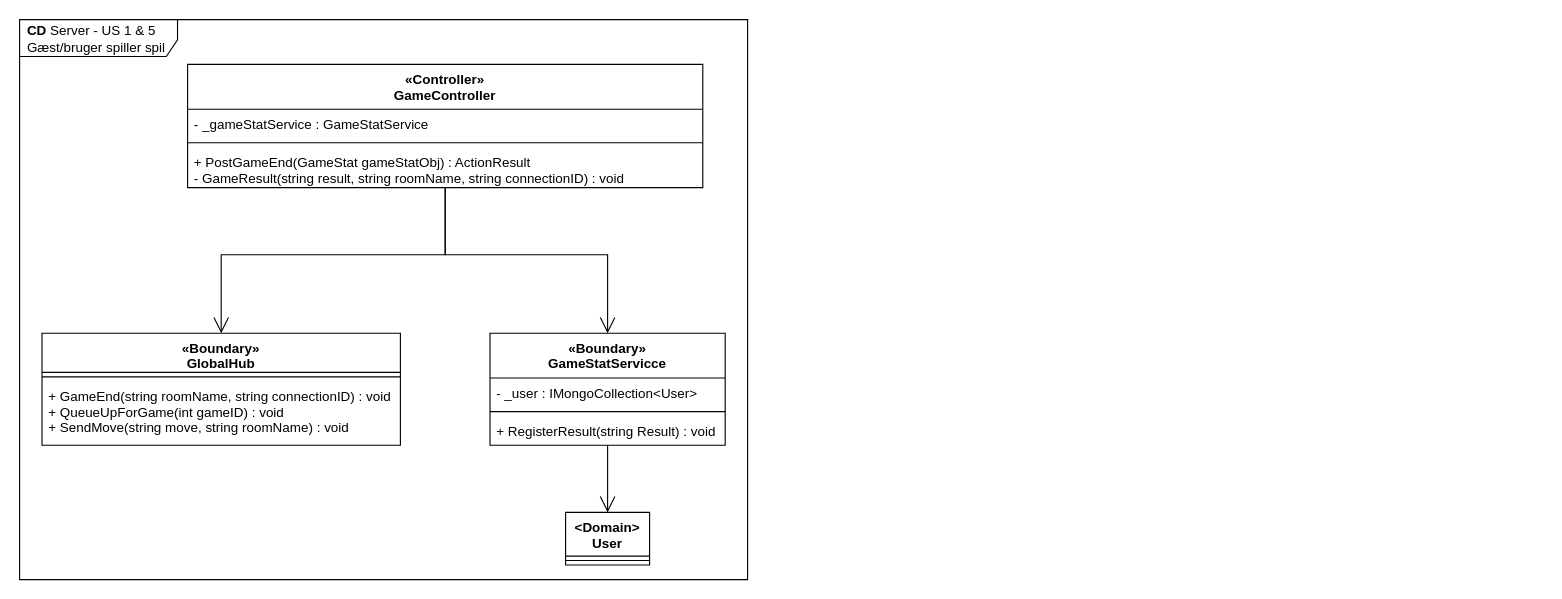
The draw.io diagram page "CD-Server" (4 of 4) of diagrams/arkitektur/US1&5_spil.drawio in Macradon/I7BAC-PlugNPlay, before the edit. Source tidied: cells renumbered, new cells numbered last; positions are measured from the earlier drawing's top-left corner, leaving out a move shared by most shapes. Both pictures are drawn from the tidied source at 112%, with x=0, y=0 at pixel (19, 19).
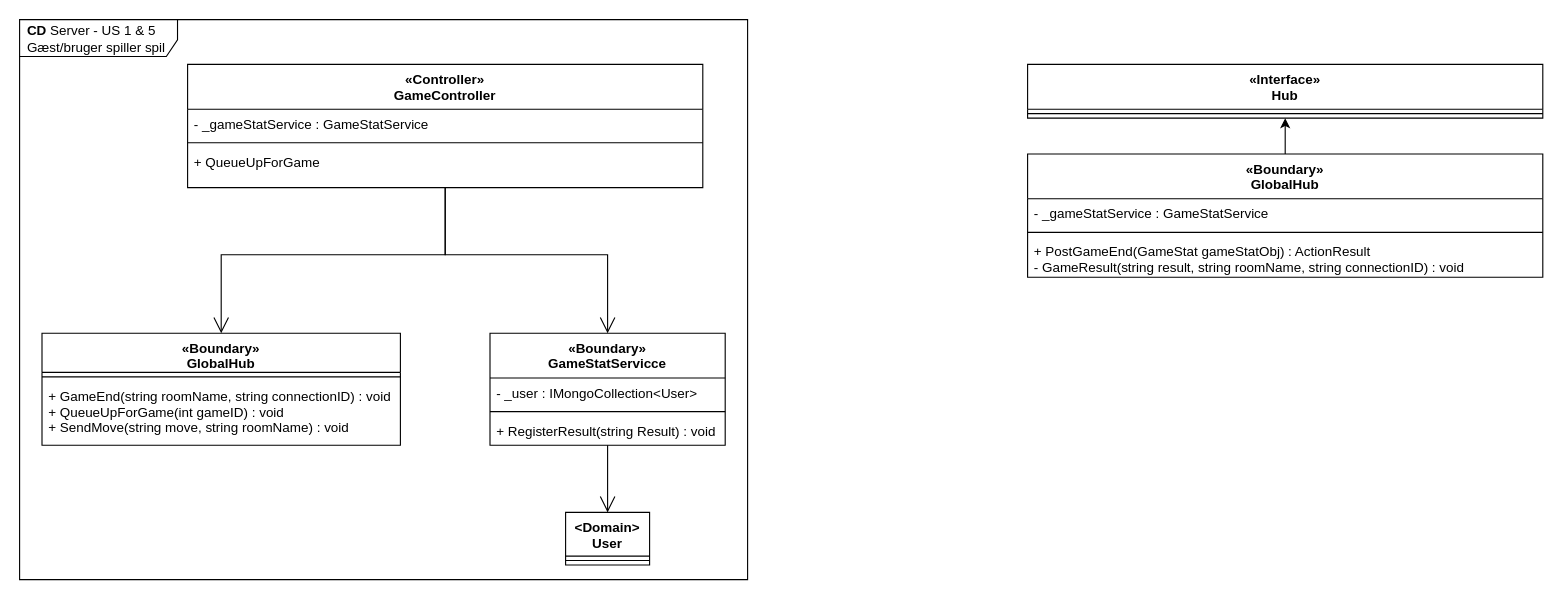
The same diagram, later.

Unchanged cells that the change refers to:
```xml
<mxCell id="8" value="«Controller»&#10;GameController" style="swimlane;fontStyle=1;align=center;verticalAlign=top;horizontal=1;startSize=40;" parent="1" vertex="1">
  <mxGeometry x="150" y="40" width="460" height="110" as="geometry" />
</mxCell>
```

What changed in the source:
```diff
@@
-    <mxCell id="11" value="+ PostGameEnd(GameStat gameStatObj) : ActionResult&#10;- GameResult(string result, string roomName, string connectionID) : void" style="text;strokeColor=none;fillColor=none;align=left;verticalAlign=top;spacingLeft=4;spacingRight=4;overflow=hidden;" parent="8" vertex="1">
+    <mxCell id="11" value="+ QueueUpForGame" style="text;strokeColor=none;fillColor=none;align=left;verticalAlign=top;spacingLeft=4;spacingRight=4;overflow=hidden;" parent="8" vertex="1">
       <mxGeometry y="74" width="460" height="36" as="geometry" />
     </mxCell>
@@
+    <mxCell id="19" value="«Interface»&#10;Hub" style="swimlane;fontStyle=1;align=center;verticalAlign=top;horizontal=1;startSize=40;" parent="1" vertex="1">
+      <mxGeometry x="900" y="40" width="460" height="48" as="geometry" />
+    </mxCell>
+    <mxCell id="20" style="line;strokeWidth=1;fillColor=none;align=left;verticalAlign=middle;spacingTop=-1;spacingLeft=3;spacingRight=3;labelPosition=right;" parent="19" vertex="1">
+      <mxGeometry y="40" width="460" height="8" as="geometry" />
+    </mxCell>
+    <mxCell id="21" style="edgeStyle=orthogonalEdgeStyle;rounded=0;jettySize=auto;html=1;" parent="1" edge="1" source="22" target="19">
+      <mxGeometry relative="1" as="geometry" />
+    </mxCell>
+    <mxCell id="22" value="«Boundary»&#10;GlobalHub" style="swimlane;fontStyle=1;align=center;verticalAlign=top;horizontal=1;startSize=40;" parent="1" vertex="1">
+      <mxGeometry x="900" y="120" width="460" height="110" as="geometry" />
+    </mxCell>
+    <mxCell id="23" value="- _gameStatService : GameStatService" style="text;strokeColor=none;fillColor=none;align=left;verticalAlign=top;spacingLeft=4;spacingRight=4;overflow=hidden;" parent="22" vertex="1">
+      <mxGeometry y="40" width="460" height="26" as="geometry" />
+    </mxCell>
+    <mxCell id="24" style="line;strokeWidth=1;fillColor=none;align=left;verticalAlign=middle;spacingTop=-1;spacingLeft=3;spacingRight=3;labelPosition=right;" parent="22" vertex="1">
+      <mxGeometry y="66" width="460" height="8" as="geometry" />
+    </mxCell>
+    <mxCell id="25" value="+ PostGameEnd(GameStat gameStatObj) : ActionResult&#10;- GameResult(string result, string roomName, string connectionID) : void" style="text;strokeColor=none;fillColor=none;align=left;verticalAlign=top;spacingLeft=4;spacingRight=4;overflow=hidden;" parent="22" vertex="1">
+      <mxGeometry y="74" width="460" height="36" as="geometry" />
+    </mxCell>
```
